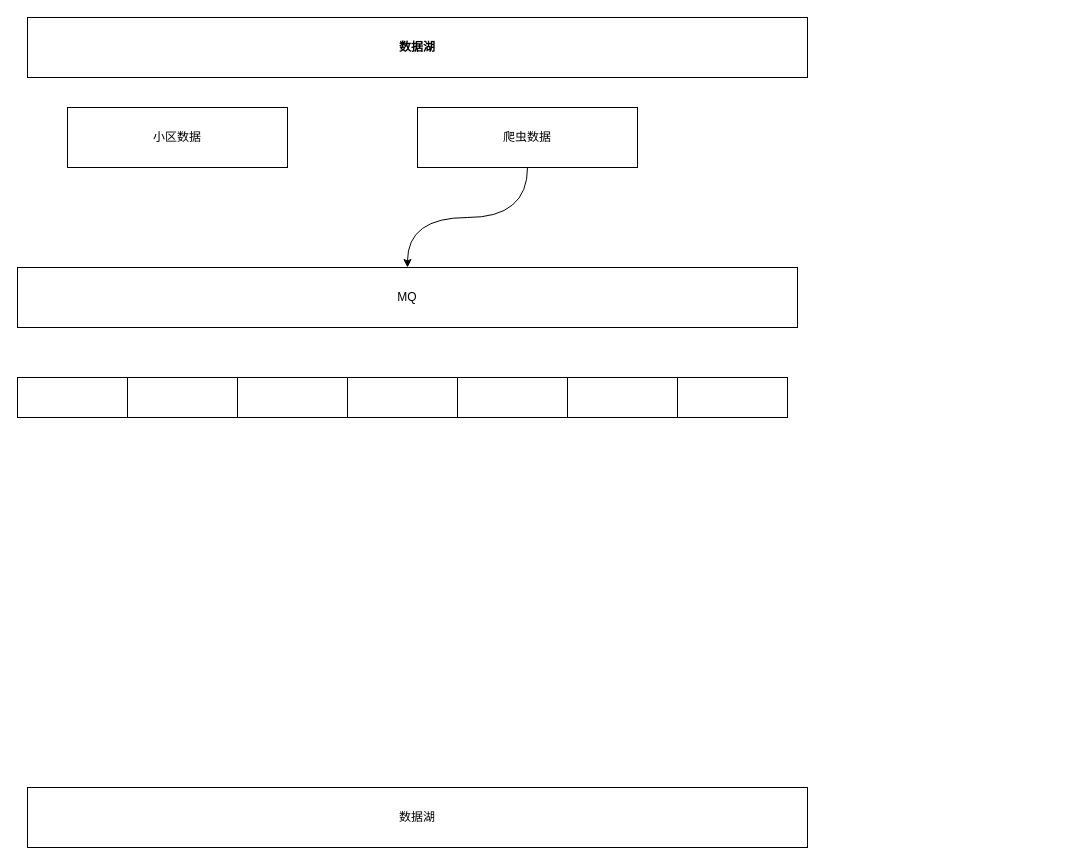
Before: 【0509】小区主数据交互.drawio in 18857545022/-, a draw.io diagram. Source tidied: cells renumbered, new cells numbered last; positions are measured from the earlier drawing's top-left corner, leaving out a move shared by most shapes. Both pictures are drawn from the tidied source at 100%, with x=0, y=0 at pixel (17, 17).
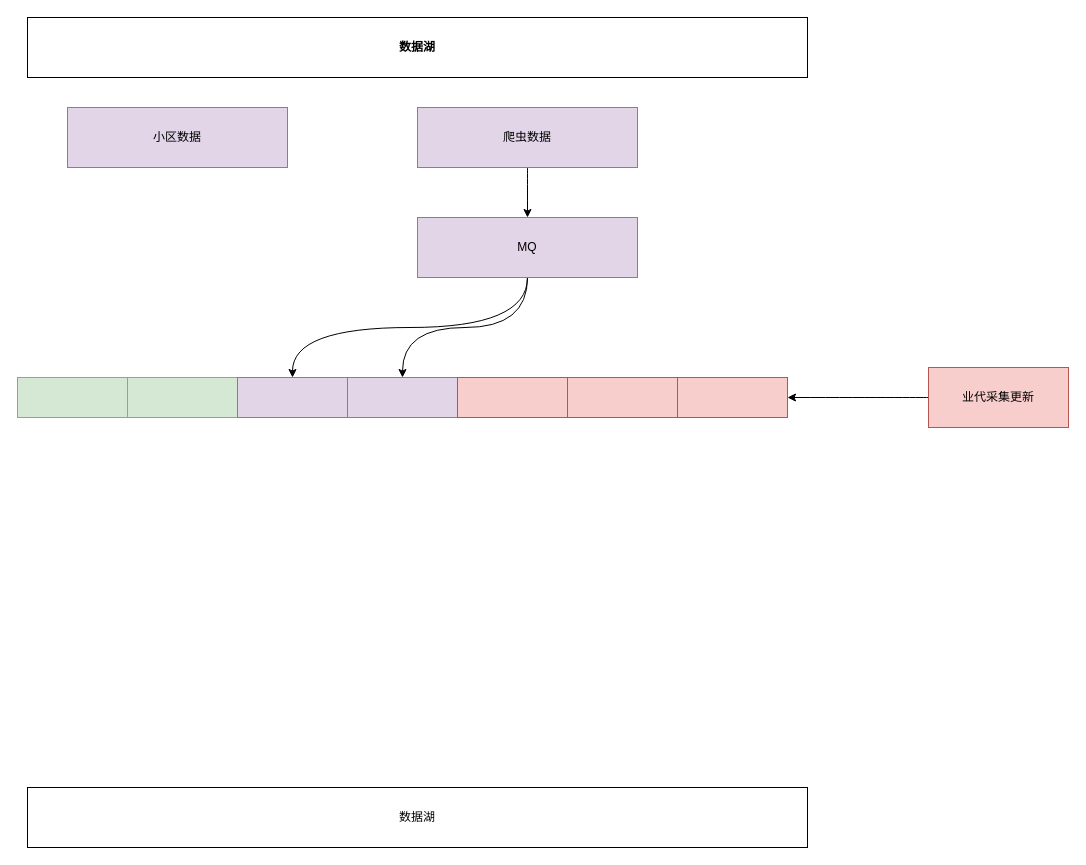
Above is the later version.

Commit message (it also covers changes not shown here):
更新【0509】小区主数据交互.drawio

The edit, as a diff of the source:
```diff
@@
 <mxGraphModel>
   <root>
     <mxCell id="0" />
     <mxCell id="1" parent="0" />
     <mxCell id="2" value="数据湖" style="rounded=0;whiteSpace=wrap;html=1;fontStyle=1;" parent="1" vertex="1">
       <mxGeometry x="10" width="780" height="60" as="geometry" />
     </mxCell>
+    <mxCell id="15" style="edgeStyle=orthogonalEdgeStyle;curved=1;rounded=0;jettySize=auto;html=1;exitX=0.5;exitY=1;exitDx=0;exitDy=0;entryX=0.5;entryY=0;entryDx=0;entryDy=0;" parent="1" edge="1" source="3" target="10">
+      <mxGeometry relative="1" as="geometry" />
+    </mxCell>
+    <mxCell id="16" style="edgeStyle=orthogonalEdgeStyle;curved=1;rounded=0;jettySize=auto;html=1;exitX=0.5;exitY=1;exitDx=0;exitDy=0;" parent="1" edge="1" source="3" target="11">
+      <mxGeometry relative="1" as="geometry" />
+    </mxCell>
-    <mxCell id="3" value="MQ" style="rounded=0;whiteSpace=wrap;html=1;" parent="1" vertex="1">
-      <mxGeometry y="250" width="780" height="60" as="geometry" />
+    <mxCell id="3" value="MQ" style="rounded=0;whiteSpace=wrap;html=1;fillColor=#e1d5e7;strokeColor=#9673a6;" parent="1" vertex="1">
+      <mxGeometry x="400" y="200" width="220" height="60" as="geometry" />
     </mxCell>
     <mxCell id="4" value="数据湖" style="rounded=0;whiteSpace=wrap;html=1;" parent="1" vertex="1">
       <mxGeometry x="10" y="770" width="780" height="60" as="geometry" />
     </mxCell>
     <mxCell id="5" style="edgeStyle=orthogonalEdgeStyle;curved=1;rounded=0;jettySize=auto;html=1;exitX=0.5;exitY=1;exitDx=0;exitDy=0;entryX=0.5;entryY=0;entryDx=0;entryDy=0;" parent="1" edge="1" source="6" target="3">
       <mxGeometry relative="1" as="geometry" />
     </mxCell>
-    <mxCell id="6" value="爬虫数据" style="rounded=0;whiteSpace=wrap;html=1;" parent="1" vertex="1">
+    <mxCell id="6" value="爬虫数据" style="rounded=0;whiteSpace=wrap;html=1;fillColor=#e1d5e7;strokeColor=#9673a6;" parent="1" vertex="1">
       <mxGeometry x="400" y="90" width="220" height="60" as="geometry" />
     </mxCell>
-    <mxCell id="7" value="小区数据" style="rounded=0;whiteSpace=wrap;html=1;" parent="1" vertex="1">
+    <mxCell id="7" value="小区数据" style="rounded=0;whiteSpace=wrap;html=1;fillColor=#e1d5e7;strokeColor=#9673a6;" parent="1" vertex="1">
       <mxGeometry x="50" y="90" width="220" height="60" as="geometry" />
     </mxCell>
-    <mxCell id="8" style="rounded=0;whiteSpace=wrap;html=1;" parent="1" vertex="1">
+    <mxCell id="8" style="rounded=0;whiteSpace=wrap;html=1;fillColor=#d5e8d4;strokeColor=#82b366;" parent="1" vertex="1">
       <mxGeometry y="360" width="110" height="40" as="geometry" />
     </mxCell>
-    <mxCell id="9" style="rounded=0;whiteSpace=wrap;html=1;" parent="1" vertex="1">
+    <mxCell id="9" style="rounded=0;whiteSpace=wrap;html=1;fillColor=#d5e8d4;strokeColor=#82b366;" parent="1" vertex="1">
       <mxGeometry x="110" y="360" width="110" height="40" as="geometry" />
     </mxCell>
-    <mxCell id="10" style="rounded=0;whiteSpace=wrap;html=1;" parent="1" vertex="1">
+    <mxCell id="10" style="rounded=0;whiteSpace=wrap;html=1;fillColor=#e1d5e7;strokeColor=#9673a6;" parent="1" vertex="1">
       <mxGeometry x="220" y="360" width="110" height="40" as="geometry" />
     </mxCell>
-    <mxCell id="11" style="rounded=0;whiteSpace=wrap;html=1;" parent="1" vertex="1">
+    <mxCell id="11" style="rounded=0;whiteSpace=wrap;html=1;fillColor=#e1d5e7;strokeColor=#9673a6;" parent="1" vertex="1">
       <mxGeometry x="330" y="360" width="110" height="40" as="geometry" />
     </mxCell>
-    <mxCell id="12" style="rounded=0;whiteSpace=wrap;html=1;" parent="1" vertex="1">
+    <mxCell id="12" style="rounded=0;whiteSpace=wrap;html=1;fillColor=#f8cecc;strokeColor=#b85450;" parent="1" vertex="1">
       <mxGeometry x="440" y="360" width="110" height="40" as="geometry" />
     </mxCell>
-    <mxCell id="13" style="rounded=0;whiteSpace=wrap;html=1;" parent="1" vertex="1">
+    <mxCell id="13" style="rounded=0;whiteSpace=wrap;html=1;fillColor=#f8cecc;strokeColor=#b85450;" parent="1" vertex="1">
       <mxGeometry x="550" y="360" width="110" height="40" as="geometry" />
     </mxCell>
-    <mxCell id="14" style="rounded=0;whiteSpace=wrap;html=1;" parent="1" vertex="1">
+    <mxCell id="14" style="rounded=0;whiteSpace=wrap;html=1;fillColor=#f8cecc;strokeColor=#b85450;" parent="1" vertex="1">
       <mxGeometry x="660" y="360" width="110" height="40" as="geometry" />
     </mxCell>
+    <mxCell id="17" style="edgeStyle=orthogonalEdgeStyle;curved=1;rounded=0;jettySize=auto;html=1;exitX=0;exitY=0.5;exitDx=0;exitDy=0;entryX=1;entryY=0.5;entryDx=0;entryDy=0;" parent="1" edge="1" source="18" target="14">
+      <mxGeometry relative="1" as="geometry" />
+    </mxCell>
+    <mxCell id="18" value="业代采集更新" style="rounded=0;whiteSpace=wrap;html=1;fillColor=#f8cecc;strokeColor=#b85450;" parent="1" vertex="1">
+      <mxGeometry x="911" y="350" width="140" height="60" as="geometry" />
+    </mxCell>
   </root>
 </mxGraphModel>
```
